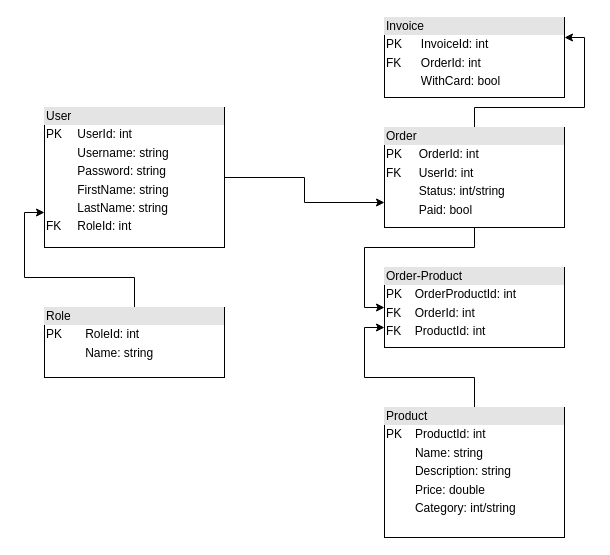
sedc-codecademy/sedc7-11-1-practical-aspnetmvc keeps this draw.io diagram as g2/Planning/Lamazon_Entities.drawio. Above is the earlier version. Source tidied: cells renumbered, new cells numbered last; positions are measured from the earlier drawing's top-left corner, leaving out a move shared by most shapes. Both pictures are drawn from the tidied source at 100%, with x=0, y=0 at pixel (44, 17).
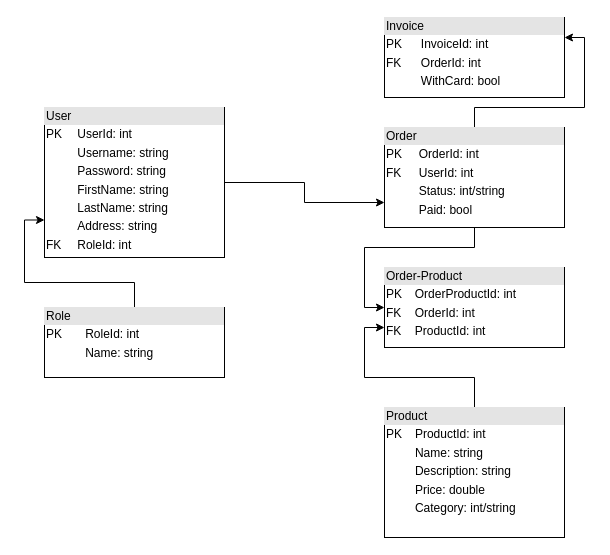
The same page after the edit.

Commit message (it also covers changes not shown here):
Update Entities Diagram

The edit, as a diff of the source:
```diff
@@
 <mxGraphModel>
   <root>
     <mxCell id="0" />
     <mxCell id="1" parent="0" />
     <mxCell id="2" style="edgeStyle=orthogonalEdgeStyle;rounded=0;jettySize=auto;html=1;entryX=0;entryY=0.75;entryDx=0;entryDy=0;" parent="1" edge="1" source="3" target="8">
       <mxGeometry relative="1" as="geometry" />
     </mxCell>
-    <mxCell id="3" value="&lt;div style=&quot;box-sizing: border-box ; width: 100% ; background: #e4e4e4 ; padding: 2px&quot;&gt;User&lt;/div&gt;&lt;table style=&quot;width: 100% ; font-size: 1em&quot; cellpadding=&quot;2&quot; cellspacing=&quot;0&quot;&gt;&lt;tbody&gt;&lt;tr&gt;&lt;td&gt;PK&lt;/td&gt;&lt;td&gt;UserId: int&lt;/td&gt;&lt;/tr&gt;&lt;tr&gt;&lt;td&gt;&lt;br&gt;&lt;/td&gt;&lt;td&gt;Username: string&lt;/td&gt;&lt;/tr&gt;&lt;tr&gt;&lt;td&gt;&lt;br&gt;&lt;/td&gt;&lt;td&gt;Password: string&lt;/td&gt;&lt;/tr&gt;&lt;tr&gt;&lt;td&gt;&lt;br&gt;&lt;/td&gt;&lt;td&gt;FirstName: string&lt;/td&gt;&lt;/tr&gt;&lt;tr&gt;&lt;td&gt;&lt;br&gt;&lt;/td&gt;&lt;td&gt;LastName: string&lt;/td&gt;&lt;/tr&gt;&lt;tr&gt;&lt;td&gt;FK&lt;/td&gt;&lt;td&gt;RoleId: int&lt;/td&gt;&lt;/tr&gt;&lt;/tbody&gt;&lt;/table&gt;" style="verticalAlign=top;align=left;overflow=fill;html=1;" parent="1" vertex="1">
-      <mxGeometry y="90" width="180" height="140" as="geometry" />
+    <mxCell id="3" value="&lt;div style=&quot;box-sizing: border-box ; width: 100% ; background: #e4e4e4 ; padding: 2px&quot;&gt;User&lt;/div&gt;&lt;table style=&quot;width: 100% ; font-size: 1em&quot; cellpadding=&quot;2&quot; cellspacing=&quot;0&quot;&gt;&lt;tbody&gt;&lt;tr&gt;&lt;td&gt;PK&lt;/td&gt;&lt;td&gt;UserId: int&lt;/td&gt;&lt;/tr&gt;&lt;tr&gt;&lt;td&gt;&lt;br&gt;&lt;/td&gt;&lt;td&gt;Username: string&lt;/td&gt;&lt;/tr&gt;&lt;tr&gt;&lt;td&gt;&lt;br&gt;&lt;/td&gt;&lt;td&gt;Password: string&lt;/td&gt;&lt;/tr&gt;&lt;tr&gt;&lt;td&gt;&lt;br&gt;&lt;/td&gt;&lt;td&gt;FirstName: string&lt;/td&gt;&lt;/tr&gt;&lt;tr&gt;&lt;td&gt;&lt;br&gt;&lt;/td&gt;&lt;td&gt;LastName: string&lt;/td&gt;&lt;/tr&gt;&lt;tr&gt;&lt;td&gt;&lt;br&gt;&lt;/td&gt;&lt;td&gt;Address: string&lt;/td&gt;&lt;/tr&gt;&lt;tr&gt;&lt;td&gt;FK&lt;/td&gt;&lt;td&gt;RoleId: int&lt;/td&gt;&lt;/tr&gt;&lt;/tbody&gt;&lt;/table&gt;" style="verticalAlign=top;align=left;overflow=fill;html=1;" parent="1" vertex="1">
+      <mxGeometry y="90" width="180" height="150" as="geometry" />
     </mxCell>
     <mxCell id="4" style="edgeStyle=orthogonalEdgeStyle;rounded=0;jettySize=auto;html=1;entryX=0;entryY=0.75;entryDx=0;entryDy=0;" parent="1" edge="1" source="5" target="10">
       <mxGeometry relative="1" as="geometry" />
     </mxCell>
     <mxCell id="5" value="&lt;div style=&quot;box-sizing: border-box ; width: 100% ; background: #e4e4e4 ; padding: 2px&quot;&gt;Product&lt;/div&gt;&lt;table style=&quot;width: 100% ; font-size: 1em&quot; cellpadding=&quot;2&quot; cellspacing=&quot;0&quot;&gt;&lt;tbody&gt;&lt;tr&gt;&lt;td&gt;PK&lt;/td&gt;&lt;td&gt;ProductId: int&lt;/td&gt;&lt;/tr&gt;&lt;tr&gt;&lt;td&gt;&lt;br&gt;&lt;/td&gt;&lt;td&gt;Name: string&lt;/td&gt;&lt;/tr&gt;&lt;tr&gt;&lt;td&gt;&lt;/td&gt;&lt;td&gt;Description: string&lt;/td&gt;&lt;/tr&gt;&lt;tr&gt;&lt;td&gt;&lt;br&gt;&lt;/td&gt;&lt;td&gt;Price: double&lt;/td&gt;&lt;/tr&gt;&lt;tr&gt;&lt;td&gt;&lt;br&gt;&lt;/td&gt;&lt;td&gt;Category: int/string&lt;/td&gt;&lt;/tr&gt;&lt;/tbody&gt;&lt;/table&gt;" style="verticalAlign=top;align=left;overflow=fill;html=1;" parent="1" vertex="1">
       <mxGeometry x="340" y="390" width="180" height="130" as="geometry" />
     </mxCell>
     <mxCell id="6" style="edgeStyle=orthogonalEdgeStyle;rounded=0;jettySize=auto;html=1;entryX=0;entryY=0.5;entryDx=0;entryDy=0;" parent="1" edge="1" source="8" target="10">
       <mxGeometry relative="1" as="geometry" />
     </mxCell>
     <mxCell id="7" style="edgeStyle=orthogonalEdgeStyle;rounded=0;jettySize=auto;html=1;entryX=1;entryY=0.25;entryDx=0;entryDy=0;" parent="1" edge="1" source="8" target="9">
       <mxGeometry relative="1" as="geometry" />
     </mxCell>
     <mxCell id="8" value="&lt;div style=&quot;box-sizing: border-box ; width: 100% ; background: #e4e4e4 ; padding: 2px&quot;&gt;Order&lt;/div&gt;&lt;table style=&quot;width: 100% ; font-size: 1em&quot; cellpadding=&quot;2&quot; cellspacing=&quot;0&quot;&gt;&lt;tbody&gt;&lt;tr&gt;&lt;td&gt;PK&lt;/td&gt;&lt;td&gt;OrderId: int&lt;/td&gt;&lt;/tr&gt;&lt;tr&gt;&lt;td&gt;FK&lt;/td&gt;&lt;td&gt;UserId: int&lt;/td&gt;&lt;/tr&gt;&lt;tr&gt;&lt;td&gt;&lt;br&gt;&lt;/td&gt;&lt;td&gt;Status: int/string&lt;/td&gt;&lt;/tr&gt;&lt;tr&gt;&lt;td&gt;&lt;br&gt;&lt;/td&gt;&lt;td&gt;Paid: bool&lt;/td&gt;&lt;/tr&gt;&lt;/tbody&gt;&lt;/table&gt;" style="verticalAlign=top;align=left;overflow=fill;html=1;" parent="1" vertex="1">
       <mxGeometry x="340" y="110" width="180" height="100" as="geometry" />
     </mxCell>
     <mxCell id="9" value="&lt;div style=&quot;box-sizing: border-box ; width: 100% ; background: #e4e4e4 ; padding: 2px&quot;&gt;Invoice&lt;/div&gt;&lt;table style=&quot;width: 100% ; font-size: 1em&quot; cellpadding=&quot;2&quot; cellspacing=&quot;0&quot;&gt;&lt;tbody&gt;&lt;tr&gt;&lt;td&gt;PK&lt;/td&gt;&lt;td&gt;InvoiceId: int&lt;/td&gt;&lt;/tr&gt;&lt;tr&gt;&lt;td&gt;FK&lt;/td&gt;&lt;td&gt;OrderId: int&lt;/td&gt;&lt;/tr&gt;&lt;tr&gt;&lt;td&gt;&lt;br&gt;&lt;/td&gt;&lt;td&gt;WithCard: bool&lt;/td&gt;&lt;/tr&gt;&lt;/tbody&gt;&lt;/table&gt;" style="verticalAlign=top;align=left;overflow=fill;html=1;" parent="1" vertex="1">
       <mxGeometry x="340" width="180" height="80" as="geometry" />
     </mxCell>
     <mxCell id="10" value="&lt;div style=&quot;box-sizing: border-box ; width: 100% ; background: #e4e4e4 ; padding: 2px&quot;&gt;Order-Product&lt;/div&gt;&lt;table style=&quot;width: 100% ; font-size: 1em&quot; cellpadding=&quot;2&quot; cellspacing=&quot;0&quot;&gt;&lt;tbody&gt;&lt;tr&gt;&lt;td&gt;PK&lt;/td&gt;&lt;td&gt;OrderProductId: int&lt;/td&gt;&lt;/tr&gt;&lt;tr&gt;&lt;td&gt;FK&lt;/td&gt;&lt;td&gt;OrderId: int&lt;/td&gt;&lt;/tr&gt;&lt;tr&gt;&lt;td&gt;FK&lt;/td&gt;&lt;td&gt;ProductId: int&lt;/td&gt;&lt;/tr&gt;&lt;/tbody&gt;&lt;/table&gt;" style="verticalAlign=top;align=left;overflow=fill;html=1;" parent="1" vertex="1">
       <mxGeometry x="340" y="250" width="180" height="80" as="geometry" />
     </mxCell>
     <mxCell id="11" style="edgeStyle=orthogonalEdgeStyle;rounded=0;jettySize=auto;html=1;entryX=0;entryY=0.75;entryDx=0;entryDy=0;" parent="1" edge="1" source="12" target="3">
       <mxGeometry relative="1" as="geometry" />
     </mxCell>
     <mxCell id="12" value="&lt;div style=&quot;box-sizing: border-box ; width: 100% ; background: #e4e4e4 ; padding: 2px&quot;&gt;Role&lt;/div&gt;&lt;table style=&quot;width: 100% ; font-size: 1em&quot; cellpadding=&quot;2&quot; cellspacing=&quot;0&quot;&gt;&lt;tbody&gt;&lt;tr&gt;&lt;td&gt;PK&lt;/td&gt;&lt;td&gt;RoleId: int&lt;/td&gt;&lt;/tr&gt;&lt;tr&gt;&lt;td&gt;&lt;br&gt;&lt;/td&gt;&lt;td&gt;Name: string&lt;/td&gt;&lt;/tr&gt;&lt;/tbody&gt;&lt;/table&gt;" style="verticalAlign=top;align=left;overflow=fill;html=1;" parent="1" vertex="1">
       <mxGeometry y="290" width="180" height="70" as="geometry" />
     </mxCell>
   </root>
 </mxGraphModel>
```
